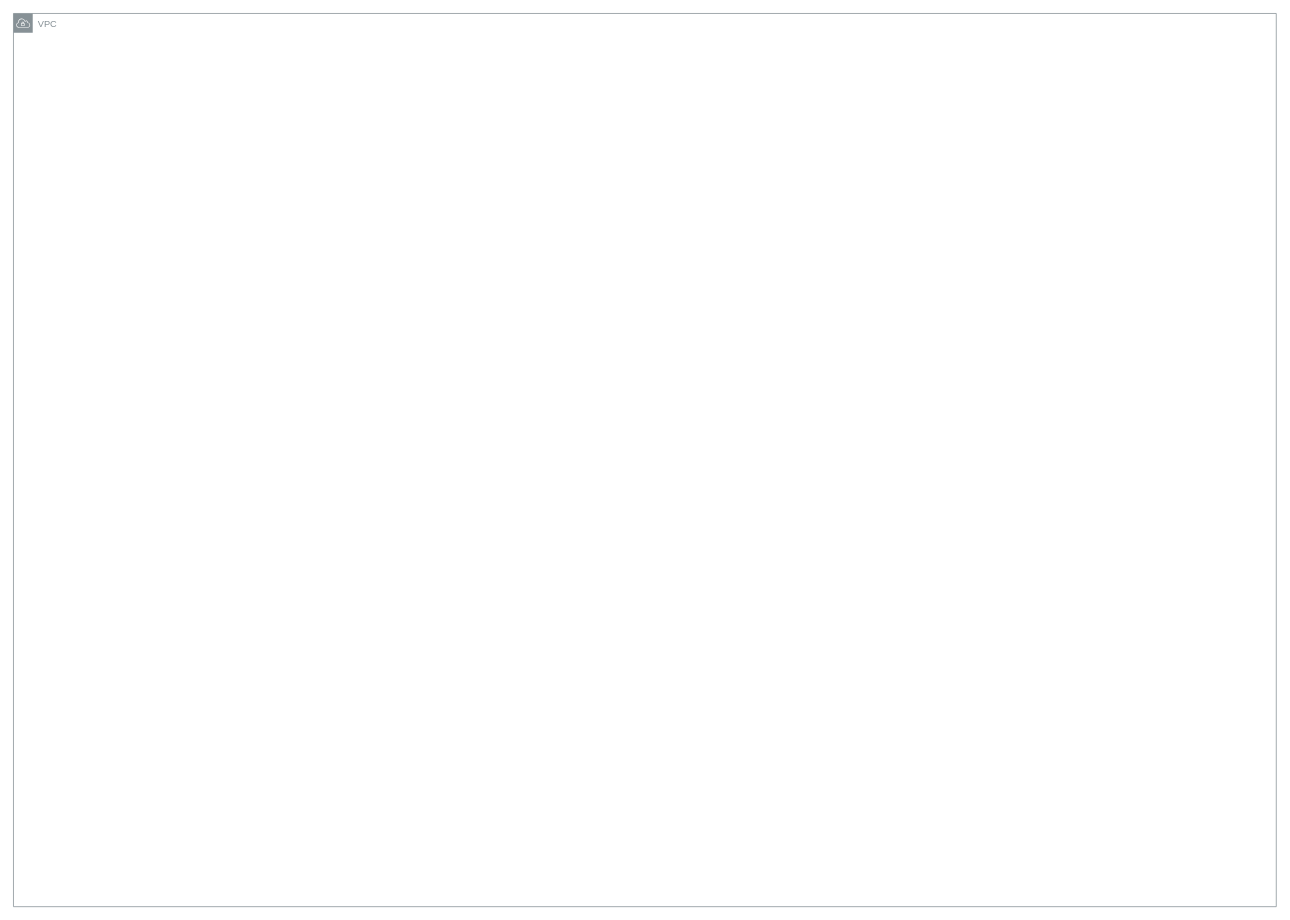
Above: eks-blue-green.drawio in TranHoang1/TipsOfSpringFramework (draw.io), before the change. Source tidied: cells renumbered, new cells numbered last; positions are measured from the earlier drawing's top-left corner, leaving out a move shared by most shapes. Both pictures are drawn from the tidied source at 77%, with x=0, y=0 at pixel (13, 13).
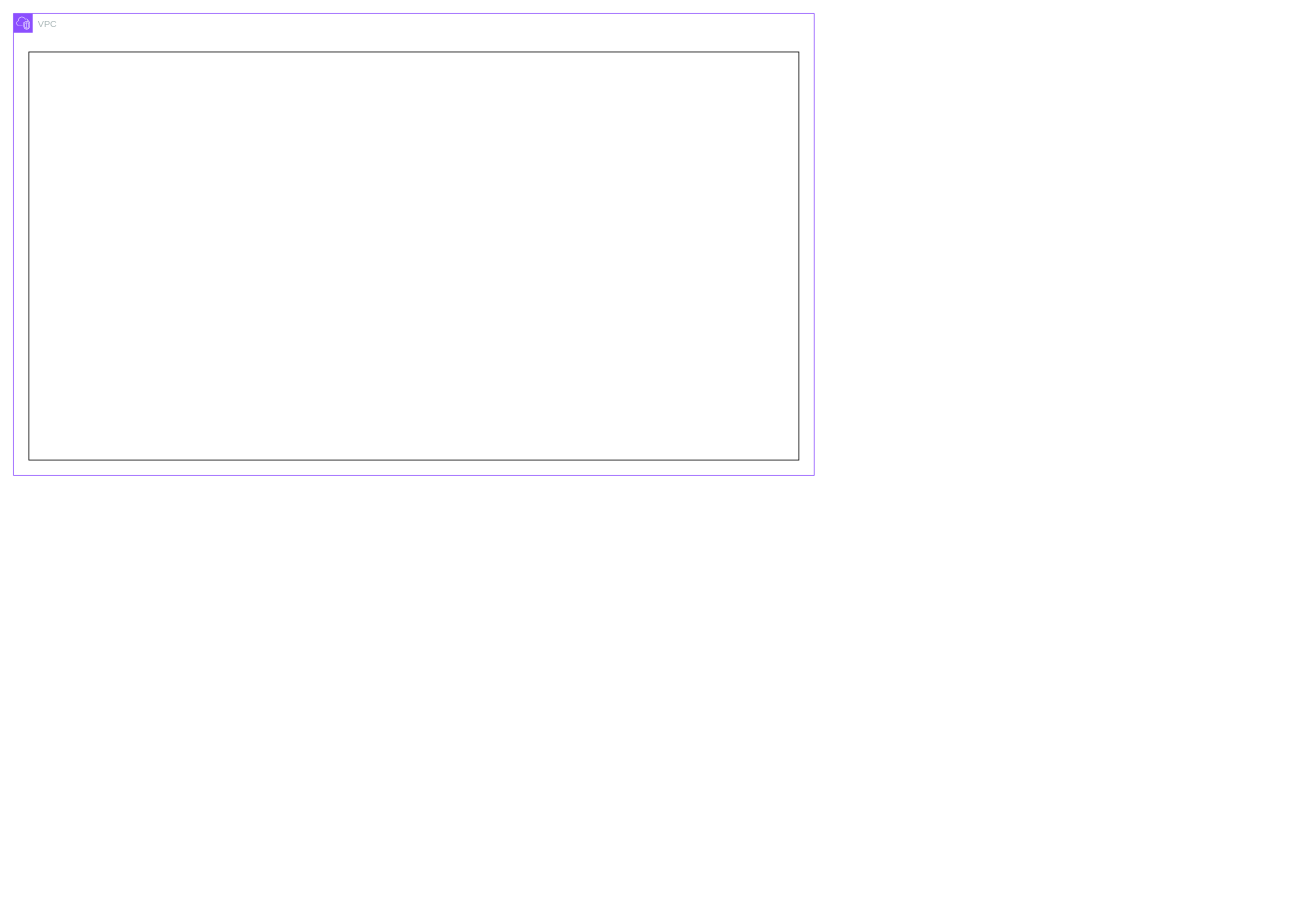
The same page after the edit.

Commit message (it also covers changes not shown here):
Cập nhật eks-blue-green.drawio

What changed in the source:
```diff
@@
 <mxGraphModel>
   <root>
     <mxCell id="0" />
     <mxCell id="1" parent="0" />
-    <mxCell id="2" value="VPC" style="sketch=0;gradientColor=none;html=1;whiteSpace=wrap;fontSize=12;fontStyle=0;shape=mxgraph.aws4.group;grIcon=mxgraph.aws4.group_vpc;strokeColor=#879196;fillColor=none;verticalAlign=top;align=left;spacingLeft=30;fontColor=#879196;dashed=0;" parent="1" vertex="1">
-      <mxGeometry width="1640" height="1160" as="geometry" />
+    <mxCell id="2" value="VPC" style="gradientColor=none;html=1;whiteSpace=wrap;fontSize=12;fontStyle=0;shape=mxgraph.aws4.group;grIcon=mxgraph.aws4.group_vpc2;strokeColor=#8C4FFF;fillColor=none;verticalAlign=top;align=left;spacingLeft=30;fontColor=#AAB7B8;dashed=0;" parent="1" vertex="1">
+      <mxGeometry width="1040" height="600" as="geometry" />
     </mxCell>
+    <mxCell id="3" style="rounded=0;whiteSpace=wrap;html=1;fontColor=default;labelBorderColor=light-dark(#000000,#FF8000);" parent="1" vertex="1">
+      <mxGeometry x="20" y="50" width="1000" height="530" as="geometry" />
+    </mxCell>
   </root>
 </mxGraphModel>
```
